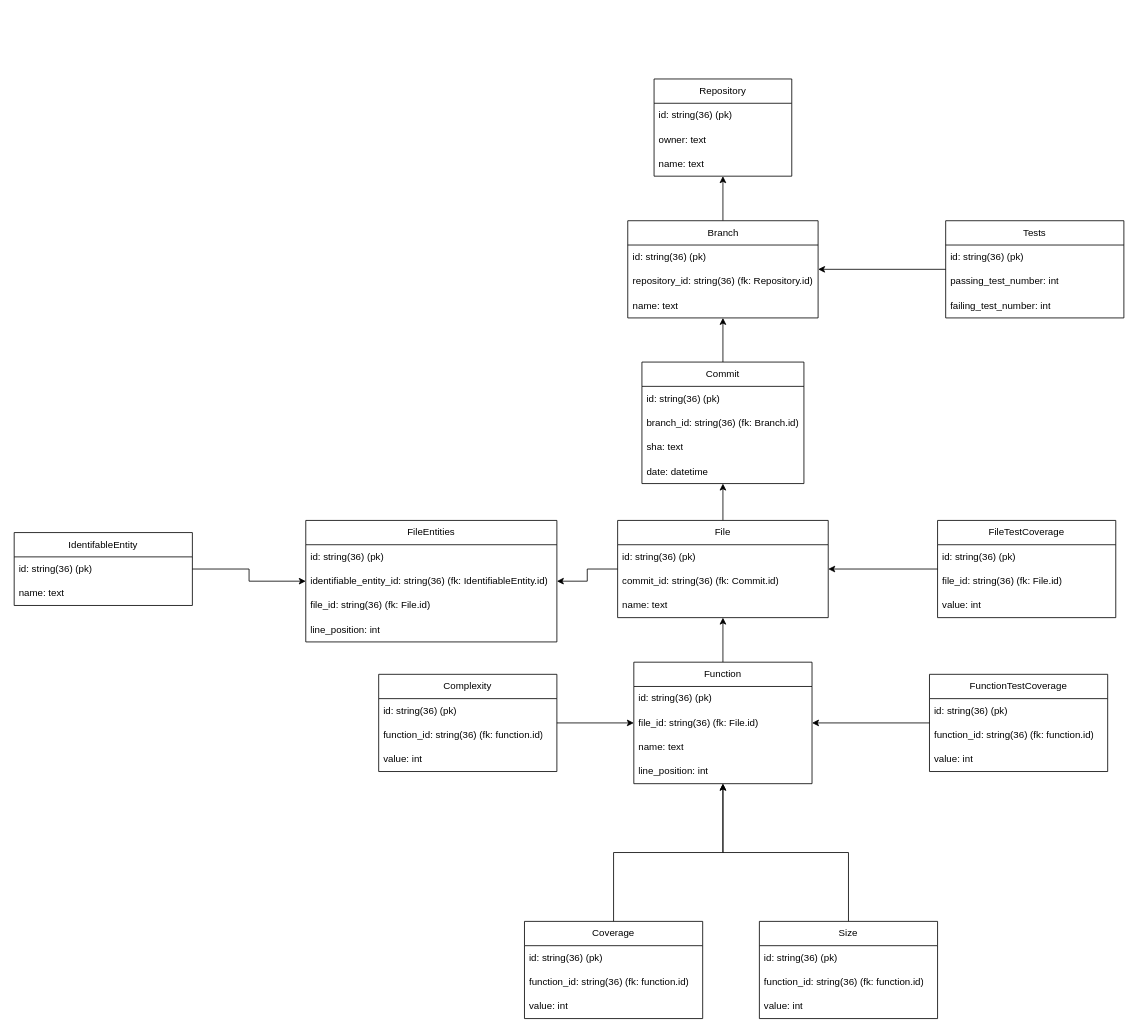
Earlier version of the draw.io diagram doc/class_diagram.drawio (CAMaji/technical_debts). Source tidied: cells renumbered, new cells numbered last; positions are measured from the earlier drawing's top-left corner, leaving out a move shared by most shapes. Both pictures are drawn from the tidied source at 81%, with x=0, y=0 at pixel (14, 79).
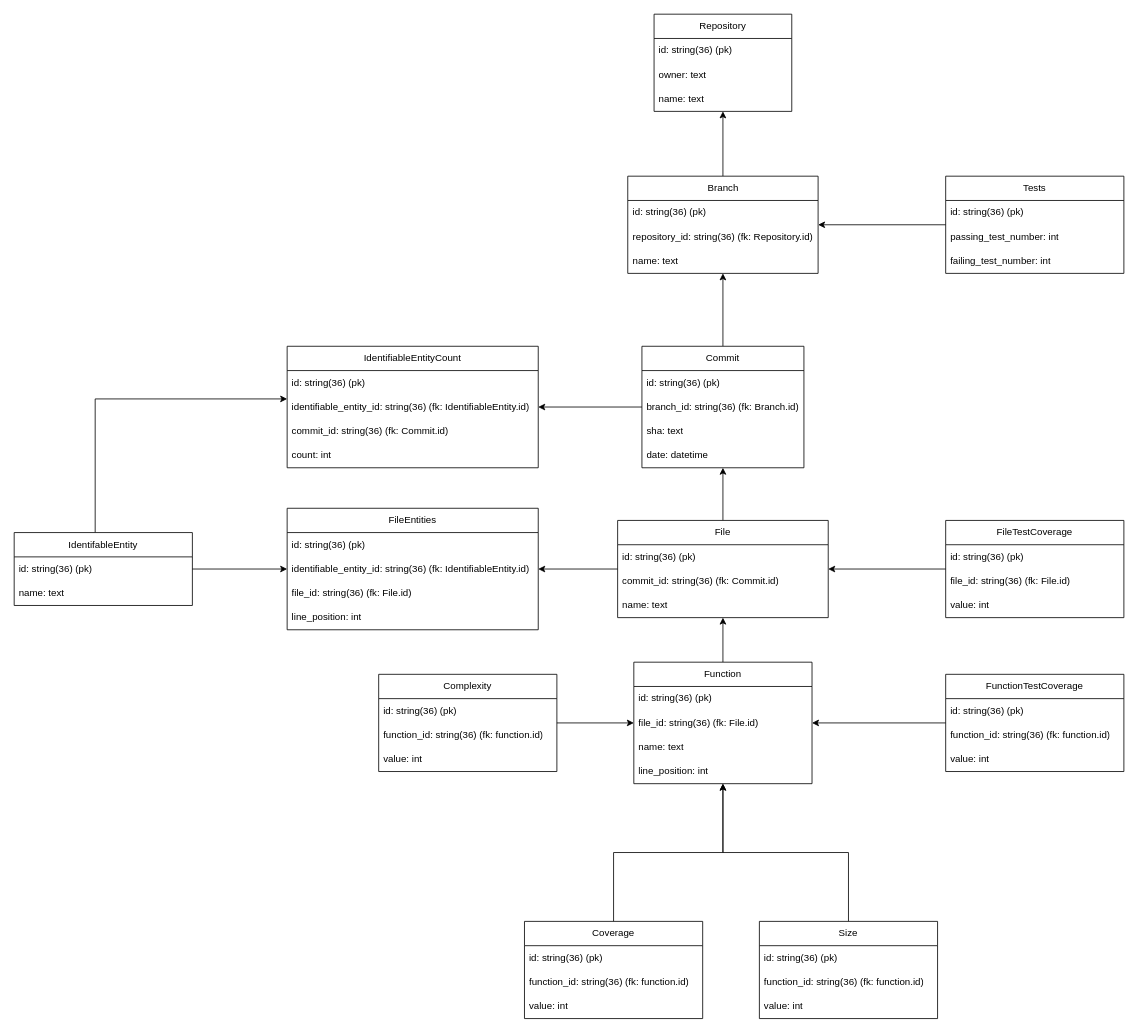
After the change.

The change refers to these unchanged cells:
```xml
<mxCell id="58" value="IdentifableEntity" style="swimlane;fontStyle=0;horizontal=1;startSize=30;whiteSpace=wrap;html=1;" parent="1" vertex="1">
  <mxGeometry y="560" width="220" height="90" as="geometry" />
</mxCell>
```

Diff of the diagram source:
```diff
@@
     <mxCell id="2" value="Repository" style="swimlane;fontStyle=0;horizontal=1;startSize=30;whiteSpace=wrap;html=1;" parent="1" vertex="1">
-      <mxGeometry x="790" width="170" height="120" as="geometry" />
+      <mxGeometry x="790" y="-80" width="170" height="120" as="geometry" />
     </mxCell>
@@
     <mxCell id="12" value="Branch" style="swimlane;fontStyle=0;horizontal=1;startSize=30;whiteSpace=wrap;html=1;" parent="1" vertex="1">
-      <mxGeometry x="757.5" y="175" width="235" height="120" as="geometry" />
+      <mxGeometry x="757.5" y="120" width="235" height="120" as="geometry" />
     </mxCell>
@@
     <mxCell id="39" value="FileTestCoverage" style="swimlane;fontStyle=0;horizontal=1;startSize=30;whiteSpace=wrap;html=1;" parent="1" vertex="1">
-      <mxGeometry x="1140" y="545" width="220" height="120" as="geometry" />
+      <mxGeometry x="1150" y="545" width="220" height="120" as="geometry" />
     </mxCell>
@@
     <mxCell id="44" value="FunctionTestCoverage" style="swimlane;fontStyle=0;horizontal=1;startSize=30;whiteSpace=wrap;html=1;" parent="1" vertex="1">
-      <mxGeometry x="1130" y="735" width="220" height="120" as="geometry" />
+      <mxGeometry x="1150" y="735" width="220" height="120" as="geometry" />
     </mxCell>
@@
     <mxCell id="49" value="Tests" style="swimlane;fontStyle=0;horizontal=1;startSize=30;whiteSpace=wrap;html=1;" parent="1" vertex="1">
-      <mxGeometry x="1150" y="175" width="220" height="120" as="geometry" />
+      <mxGeometry x="1150" y="120" width="220" height="120" as="geometry" />
     </mxCell>
@@
     <mxCell id="53" value="FileEntities" style="swimlane;fontStyle=0;horizontal=1;startSize=30;whiteSpace=wrap;html=1;" parent="1" vertex="1">
-      <mxGeometry x="360" y="545" width="310" height="150" as="geometry" />
+      <mxGeometry x="337" y="530" width="310" height="150" as="geometry" />
     </mxCell>
@@
+    <mxCell id="68" style="edgeStyle=orthogonalEdgeStyle;rounded=0;jettySize=auto;html=1;" parent="1" edge="1" source="58" target="70">
+      <mxGeometry relative="1" as="geometry">
+        <Array as="points">
+          <mxPoint x="100" y="395" />
+        </Array>
+      </mxGeometry>
+    </mxCell>
@@
+    <mxCell id="69" style="edgeStyle=orthogonalEdgeStyle;rounded=0;jettySize=auto;html=1;" parent="1" edge="1" source="63" target="70">
+      <mxGeometry relative="1" as="geometry" />
+    </mxCell>
     <mxCell id="63" value="Commit" style="swimlane;fontStyle=0;horizontal=1;startSize=30;whiteSpace=wrap;html=1;" parent="1" vertex="1">
-      <mxGeometry x="775" y="349.5" width="200" height="150" as="geometry" />
+      <mxGeometry x="775" y="330" width="200" height="150" as="geometry" />
     </mxCell>
@@
+    <mxCell id="70" value="IdentifiableEntityCount" style="swimlane;fontStyle=0;horizontal=1;startSize=30;whiteSpace=wrap;html=1;" parent="1" vertex="1">
+      <mxGeometry x="337" y="330" width="310" height="150" as="geometry" />
+    </mxCell>
+    <mxCell id="71" value="id: string(36) (pk)" style="text;strokeColor=none;fillColor=none;align=left;verticalAlign=middle;spacingLeft=4;spacingRight=4;overflow=hidden;whiteSpace=wrap;html=1;" parent="70" vertex="1">
+      <mxGeometry y="30" width="310" height="30" as="geometry" />
+    </mxCell>
+    <mxCell id="72" value="identifiable_entity_id: string(36) (fk: IdentifiableEntity.id)" style="text;strokeColor=none;fillColor=none;align=left;verticalAlign=middle;spacingLeft=4;spacingRight=4;overflow=hidden;whiteSpace=wrap;html=1;" parent="70" vertex="1">
+      <mxGeometry y="60" width="310" height="30" as="geometry" />
+    </mxCell>
+    <mxCell id="73" value="commit_id: string(36) (fk: Commit.id)" style="text;strokeColor=none;fillColor=none;align=left;verticalAlign=middle;spacingLeft=4;spacingRight=4;overflow=hidden;whiteSpace=wrap;html=1;" parent="70" vertex="1">
+      <mxGeometry y="90" width="310" height="30" as="geometry" />
+    </mxCell>
+    <mxCell id="74" value="count: int" style="text;strokeColor=none;fillColor=none;align=left;verticalAlign=middle;spacingLeft=4;spacingRight=4;overflow=hidden;whiteSpace=wrap;html=1;" parent="70" vertex="1">
+      <mxGeometry y="120" width="310" height="30" as="geometry" />
+    </mxCell>
```
